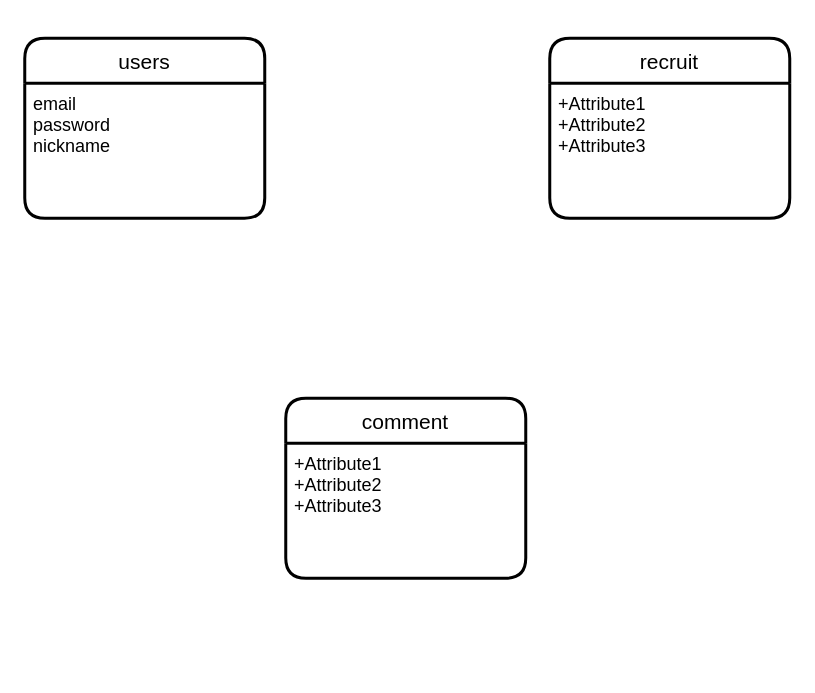
Above: ER.dio in saiki0818/BANTED (draw.io), before the change. Source tidied: cells renumbered, new cells numbered last; positions are measured from the earlier drawing's top-left corner, leaving out a move shared by most shapes. Both pictures are drawn from the tidied source at 150%, with x=0, y=0 at pixel (24, 38).
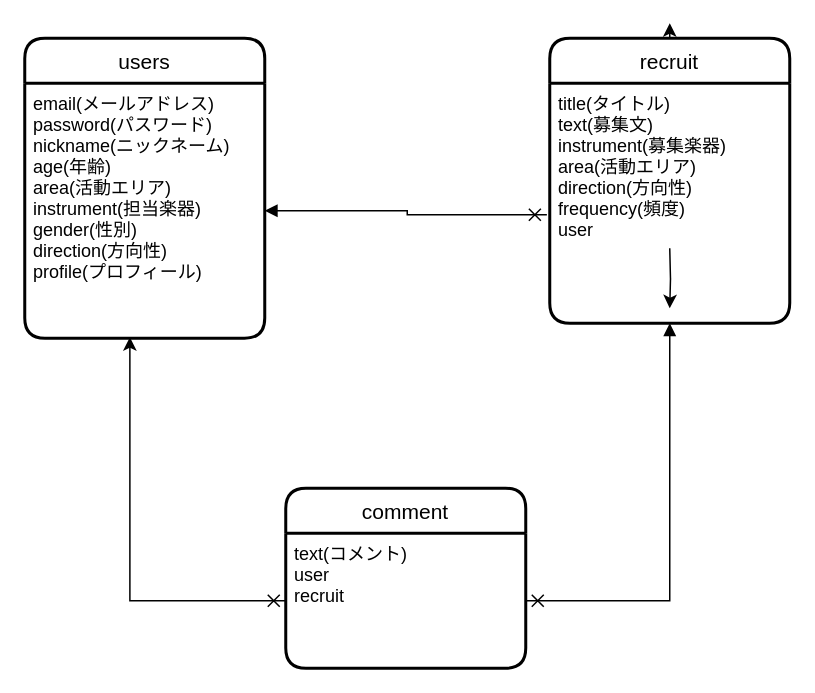
After the change.

Change to the diagram source:
```diff
@@
 <mxGraphModel>
   <root>
     <mxCell id="0" />
     <mxCell id="1" parent="0" />
     <mxCell id="2" value="users" style="swimlane;horizontal=1;startSize=30;rounded=1;fontSize=14;fontStyle=0;strokeWidth=2;shadow=0;dashed=0;align=center;" parent="1" vertex="1">
-      <mxGeometry width="160" height="120" as="geometry" />
+      <mxGeometry width="160" height="200" as="geometry" />
     </mxCell>
-    <mxCell id="3" value="email&#10;password&#10;nickname&#10;" style="align=left;strokeColor=none;fillColor=none;spacingLeft=4;fontSize=12;verticalAlign=top;" parent="2" vertex="1">
-      <mxGeometry y="30" width="160" height="90" as="geometry" />
+    <mxCell id="3" value="email(メールアドレス)&#10;password(パスワード)&#10;nickname(ニックネーム)&#10;age(年齢)&#10;area(活動エリア)&#10;instrument(担当楽器)&#10;gender(性別)&#10;direction(方向性)&#10;profile(プロフィール)" style="align=left;strokeColor=none;fillColor=none;spacingLeft=4;fontSize=12;verticalAlign=top;" parent="2" vertex="1">
+      <mxGeometry y="30" width="160" height="170" as="geometry" />
     </mxCell>
+    <mxCell id="8" style="edgeStyle=orthogonalEdgeStyle;rounded=0;orthogonalLoop=1;jettySize=auto;html=1;" parent="1" edge="1">
+      <mxGeometry relative="1" as="geometry">
+        <mxPoint x="430" y="-10" as="sourcePoint" />
+        <mxPoint x="430" y="-10" as="targetPoint" />
+      </mxGeometry>
+    </mxCell>
+    <mxCell id="9" style="edgeStyle=orthogonalEdgeStyle;rounded=0;orthogonalLoop=1;jettySize=auto;html=1;" parent="1" edge="1">
+      <mxGeometry relative="1" as="geometry">
+        <mxPoint x="430" y="10" as="sourcePoint" />
+        <mxPoint x="430" y="-10" as="targetPoint" />
+      </mxGeometry>
+    </mxCell>
     <mxCell id="4" value="recruit" style="swimlane;horizontal=1;startSize=30;rounded=1;fontSize=14;fontStyle=0;strokeWidth=2;shadow=0;dashed=0;align=center;" parent="1" vertex="1">
-      <mxGeometry x="350" width="160" height="120" as="geometry" />
+      <mxGeometry x="350" width="160" height="190" as="geometry" />
     </mxCell>
-    <mxCell id="5" value="+Attribute1&#10;+Attribute2&#10;+Attribute3" style="align=left;strokeColor=none;fillColor=none;spacingLeft=4;fontSize=12;verticalAlign=top;" parent="4" vertex="1">
-      <mxGeometry y="30" width="160" height="90" as="geometry" />
+    <mxCell id="5" value="title(タイトル)&#10;text(募集文)&#10;instrument(募集楽器)&#10;area(活動エリア)&#10;direction(方向性)&#10;frequency(頻度)&#10;user" style="align=left;strokeColor=none;fillColor=none;spacingLeft=4;fontSize=12;verticalAlign=top;" parent="4" vertex="1">
+      <mxGeometry y="30" width="160" height="160" as="geometry" />
     </mxCell>
     <mxCell id="6" value="comment" style="swimlane;horizontal=1;startSize=30;rounded=1;fontSize=14;fontStyle=0;strokeWidth=2;shadow=0;dashed=0;align=center;" parent="1" vertex="1">
-      <mxGeometry x="174" y="240" width="160" height="120" as="geometry" />
+      <mxGeometry x="174" y="300" width="160" height="120" as="geometry" />
     </mxCell>
-    <mxCell id="7" value="+Attribute1&#10;+Attribute2&#10;+Attribute3" style="align=left;strokeColor=none;fillColor=none;spacingLeft=4;fontSize=12;verticalAlign=top;" parent="6" vertex="1">
+    <mxCell id="7" value="text(コメント)&#10;user&#10;recruit" style="align=left;strokeColor=none;fillColor=none;spacingLeft=4;fontSize=12;verticalAlign=top;" parent="6" vertex="1">
       <mxGeometry y="30" width="160" height="90" as="geometry" />
     </mxCell>
+    <mxCell id="10" style="edgeStyle=orthogonalEdgeStyle;rounded=0;orthogonalLoop=1;jettySize=auto;html=1;" parent="1" edge="1">
+      <mxGeometry relative="1" as="geometry">
+        <mxPoint x="430" y="140" as="sourcePoint" />
+        <mxPoint x="430" y="180" as="targetPoint" />
+      </mxGeometry>
+    </mxCell>
+    <mxCell id="11" style="edgeStyle=orthogonalEdgeStyle;rounded=0;jettySize=auto;html=1;entryX=0.438;entryY=0.996;entryDx=0;entryDy=0;entryPerimeter=0;startArrow=cross;startFill=0;" parent="1" edge="1" source="7" target="3">
+      <mxGeometry relative="1" as="geometry" />
+    </mxCell>
+    <mxCell id="12" style="edgeStyle=orthogonalEdgeStyle;rounded=0;jettySize=auto;html=1;exitX=1;exitY=0.5;exitDx=0;exitDy=0;entryX=-0.012;entryY=0.548;entryDx=0;entryDy=0;entryPerimeter=0;startArrow=block;startFill=1;endArrow=cross;endFill=0;" parent="1" edge="1" source="3" target="5">
+      <mxGeometry relative="1" as="geometry" />
+    </mxCell>
+    <mxCell id="13" style="edgeStyle=orthogonalEdgeStyle;rounded=0;jettySize=auto;html=1;exitX=0.5;exitY=1;exitDx=0;exitDy=0;entryX=1;entryY=0.5;entryDx=0;entryDy=0;startArrow=block;startFill=1;endArrow=cross;endFill=0;" parent="1" edge="1" source="5" target="7">
+      <mxGeometry relative="1" as="geometry" />
+    </mxCell>
   </root>
 </mxGraphModel>
```
